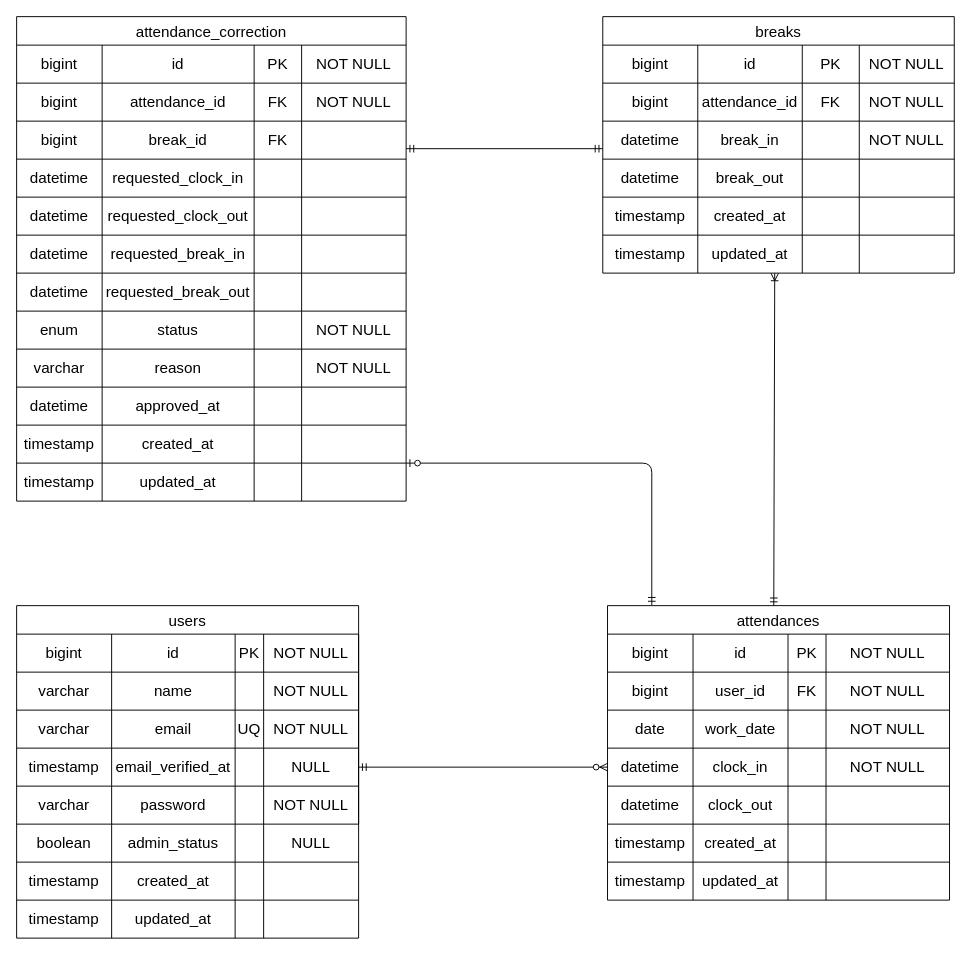
Above: docs/er.drawio in shinichi-ushioda/coachtech-timekeeper (draw.io), before the change. Source tidied: cells renumbered, new cells numbered last; positions are measured from the earlier drawing's top-left corner, leaving out a move shared by most shapes. Both pictures are drawn from the tidied source at 95%, with x=0, y=0 at pixel (16, 16).
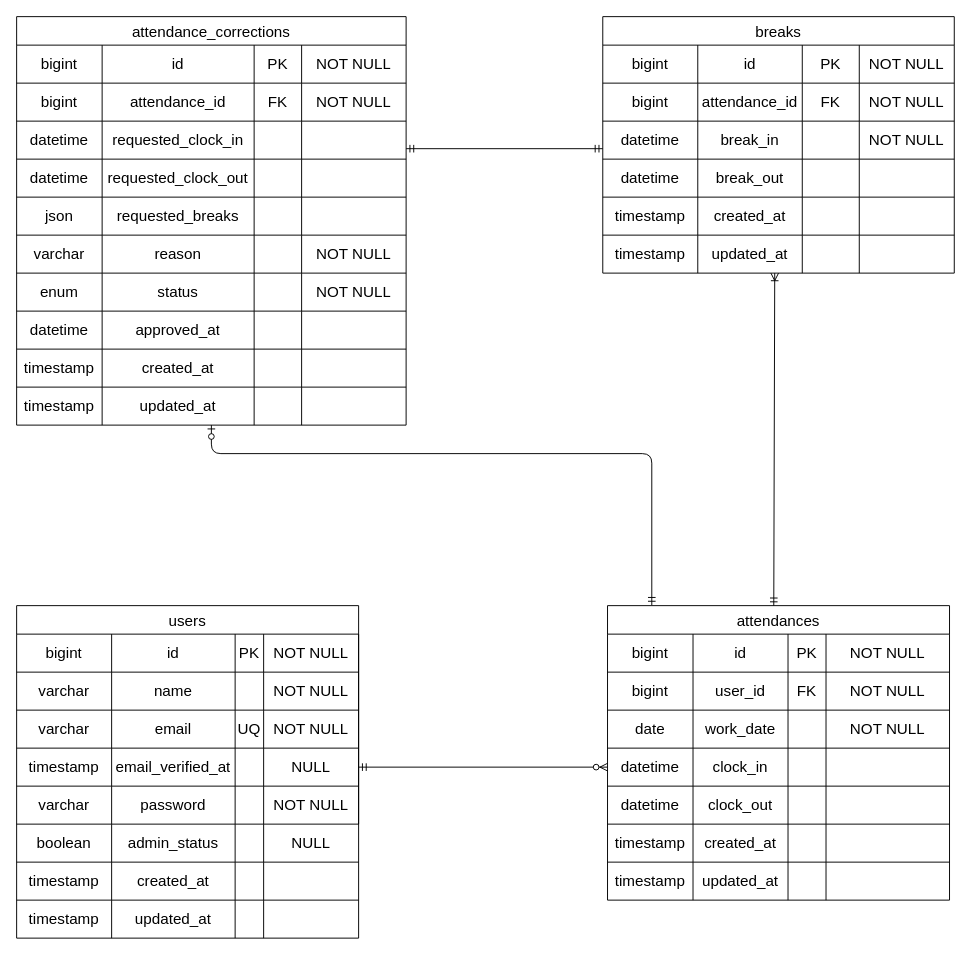
The same page after the edit.

The change refers to these unchanged cells:
```xml
<mxCell id="18" style="shape=tableRow;horizontal=0;startSize=0;swimlaneHead=0;swimlaneBody=0;strokeColor=inherit;top=0;left=0;bottom=0;right=0;fillColor=none;points=[[0,0.5],[1,0.5]];portConstraint=eastwest;fontSize=16;" parent="2" vertex="1">
  <mxGeometry y="150" width="360" height="40" as="geometry" />
</mxCell>
```

The edit, as a diff of the source:
```diff
@@
-    <mxCell id="22" value="&lt;span style=&quot;color: rgb(0, 0, 0);&quot;&gt;NOT NULL&lt;/span&gt;" style="shape=partialRectangle;html=1;whiteSpace=wrap;strokeColor=inherit;overflow=hidden;fillColor=none;top=0;left=0;bottom=0;right=0;fontSize=16;" parent="18" vertex="1">
+    <mxCell id="22" style="shape=partialRectangle;html=1;whiteSpace=wrap;strokeColor=inherit;overflow=hidden;fillColor=none;top=0;left=0;bottom=0;right=0;fontSize=16;" parent="18" vertex="1">
       <mxGeometry x="230" width="130" height="40" as="geometry" />
     </mxCell>
@@
-    <mxCell id="38" value="attendance_correction" style="shape=table;startSize=30;childLayout=tableLayout;strokeColor=default;fontSize=16;" parent="1" vertex="1">
-      <mxGeometry width="410" height="510" as="geometry" />
+    <mxCell id="38" value="attendance_corrections" style="shape=table;startSize=30;childLayout=tableLayout;strokeColor=default;fontSize=16;" parent="1" vertex="1">
+      <mxGeometry width="410" height="430" as="geometry" />
     </mxCell>
@@
-    <mxCell id="49" style="shape=tableRow;horizontal=0;startSize=0;swimlaneHead=0;swimlaneBody=0;strokeColor=inherit;top=0;left=0;bottom=0;right=0;fillColor=none;fontSize=16;" parent="38" vertex="1">
-      <mxGeometry y="110" width="410" height="40" as="geometry" />
-    </mxCell>
-    <mxCell id="50" value="&lt;span style=&quot;color: rgb(0, 0, 0);&quot;&gt;bigint&lt;/span&gt;" style="shape=partialRectangle;html=1;whiteSpace=wrap;strokeColor=inherit;overflow=hidden;fillColor=none;top=0;left=0;bottom=0;right=0;fontSize=16;" parent="49" vertex="1">
-      <mxGeometry width="90" height="40" as="geometry" />
-    </mxCell>
-    <mxCell id="51" value="break_id" style="shape=partialRectangle;html=1;whiteSpace=wrap;strokeColor=inherit;overflow=hidden;fillColor=none;top=0;left=0;bottom=0;right=0;fontSize=16;" parent="49" vertex="1">
-      <mxGeometry x="90" width="160" height="40" as="geometry" />
-    </mxCell>
-    <mxCell id="52" value="FK" style="shape=partialRectangle;html=1;whiteSpace=wrap;strokeColor=inherit;overflow=hidden;fillColor=none;top=0;left=0;bottom=0;right=0;fontSize=16;" parent="49" vertex="1">
-      <mxGeometry x="250" width="50" height="40" as="geometry" />
-    </mxCell>
-    <mxCell id="53" style="shape=partialRectangle;html=1;whiteSpace=wrap;strokeColor=inherit;overflow=hidden;fillColor=none;top=0;left=0;bottom=0;right=0;fontSize=16;" parent="49" vertex="1">
-      <mxGeometry x="300" width="110" height="40" as="geometry" />
-    </mxCell>
     <mxCell id="54" style="shape=tableRow;horizontal=0;startSize=0;swimlaneHead=0;swimlaneBody=0;strokeColor=inherit;top=0;left=0;bottom=0;right=0;fillColor=none;fontSize=16;" parent="38" vertex="1">
-      <mxGeometry y="150" width="410" height="40" as="geometry" />
+      <mxGeometry y="110" width="410" height="40" as="geometry" />
     </mxCell>
@@
     <mxCell id="59" style="shape=tableRow;horizontal=0;startSize=0;swimlaneHead=0;swimlaneBody=0;strokeColor=inherit;top=0;left=0;bottom=0;right=0;fillColor=none;fontSize=16;" parent="38" vertex="1">
-      <mxGeometry y="190" width="410" height="40" as="geometry" />
+      <mxGeometry y="150" width="410" height="40" as="geometry" />
     </mxCell>
@@
     <mxCell id="64" style="shape=tableRow;horizontal=0;startSize=0;swimlaneHead=0;swimlaneBody=0;strokeColor=inherit;top=0;left=0;bottom=0;right=0;fillColor=none;fontSize=16;" parent="38" vertex="1">
-      <mxGeometry y="230" width="410" height="40" as="geometry" />
+      <mxGeometry y="190" width="410" height="40" as="geometry" />
     </mxCell>
-    <mxCell id="65" value="&lt;span style=&quot;color: rgb(0, 0, 0);&quot;&gt;datetime&lt;/span&gt;" style="shape=partialRectangle;html=1;whiteSpace=wrap;strokeColor=inherit;overflow=hidden;fillColor=none;top=0;left=0;bottom=0;right=0;fontSize=16;" parent="64" vertex="1">
+    <mxCell id="65" value="json" style="shape=partialRectangle;html=1;whiteSpace=wrap;strokeColor=inherit;overflow=hidden;fillColor=none;top=0;left=0;bottom=0;right=0;fontSize=16;" parent="64" vertex="1">
       <mxGeometry width="90" height="40" as="geometry" />
     </mxCell>
-    <mxCell id="66" value="&lt;span style=&quot;color: rgb(0, 0, 0);&quot;&gt;requested_break_in&lt;/span&gt;" style="shape=partialRectangle;html=1;whiteSpace=wrap;strokeColor=inherit;overflow=hidden;fillColor=none;top=0;left=0;bottom=0;right=0;fontSize=16;" parent="64" vertex="1">
+    <mxCell id="66" value="&lt;span style=&quot;color: rgb(0, 0, 0);&quot;&gt;requested_breaks&lt;/span&gt;" style="shape=partialRectangle;html=1;whiteSpace=wrap;strokeColor=inherit;overflow=hidden;fillColor=none;top=0;left=0;bottom=0;right=0;fontSize=16;" parent="64" vertex="1">
       <mxGeometry x="90" width="160" height="40" as="geometry" />
     </mxCell>
@@
-    <mxCell id="69" style="shape=tableRow;horizontal=0;startSize=0;swimlaneHead=0;swimlaneBody=0;strokeColor=inherit;top=0;left=0;bottom=0;right=0;fillColor=none;fontSize=16;" parent="38" vertex="1">
-      <mxGeometry y="270" width="410" height="40" as="geometry" />
-    </mxCell>
-    <mxCell id="70" value="&lt;span style=&quot;color: rgb(0, 0, 0);&quot;&gt;datetime&lt;/span&gt;" style="shape=partialRectangle;html=1;whiteSpace=wrap;strokeColor=inherit;overflow=hidden;fillColor=none;top=0;left=0;bottom=0;right=0;fontSize=16;" parent="69" vertex="1">
-      <mxGeometry width="90" height="40" as="geometry" />
-    </mxCell>
-    <mxCell id="71" value="&lt;span style=&quot;color: rgb(0, 0, 0);&quot;&gt;requested_break_out&lt;/span&gt;" style="shape=partialRectangle;html=1;whiteSpace=wrap;strokeColor=inherit;overflow=hidden;fillColor=none;top=0;left=0;bottom=0;right=0;fontSize=16;" parent="69" vertex="1">
-      <mxGeometry x="90" width="160" height="40" as="geometry" />
-    </mxCell>
-    <mxCell id="72" style="shape=partialRectangle;html=1;whiteSpace=wrap;strokeColor=inherit;overflow=hidden;fillColor=none;top=0;left=0;bottom=0;right=0;fontSize=16;" parent="69" vertex="1">
-      <mxGeometry x="250" width="50" height="40" as="geometry" />
-    </mxCell>
-    <mxCell id="73" style="shape=partialRectangle;html=1;whiteSpace=wrap;strokeColor=inherit;overflow=hidden;fillColor=none;top=0;left=0;bottom=0;right=0;fontSize=16;" parent="69" vertex="1">
-      <mxGeometry x="300" width="110" height="40" as="geometry" />
-    </mxCell>
     <mxCell id="74" style="shape=tableRow;horizontal=0;startSize=0;swimlaneHead=0;swimlaneBody=0;strokeColor=inherit;top=0;left=0;bottom=0;right=0;fillColor=none;fontSize=16;" parent="38" vertex="1">
-      <mxGeometry y="310" width="410" height="40" as="geometry" />
+      <mxGeometry y="230" width="410" height="40" as="geometry" />
     </mxCell>
-    <mxCell id="75" value="&lt;span style=&quot;color: rgb(0, 0, 0);&quot;&gt;enum&lt;/span&gt;" style="shape=partialRectangle;html=1;whiteSpace=wrap;strokeColor=inherit;overflow=hidden;fillColor=none;top=0;left=0;bottom=0;right=0;fontSize=16;" parent="74" vertex="1">
+    <mxCell id="75" value="&lt;span style=&quot;color: rgb(0, 0, 0);&quot;&gt;varchar&lt;/span&gt;" style="shape=partialRectangle;html=1;whiteSpace=wrap;strokeColor=inherit;overflow=hidden;fillColor=none;top=0;left=0;bottom=0;right=0;fontSize=16;" parent="74" vertex="1">
       <mxGeometry width="90" height="40" as="geometry" />
     </mxCell>
-    <mxCell id="76" value="&lt;span style=&quot;color: rgb(0, 0, 0);&quot;&gt;status&lt;/span&gt;" style="shape=partialRectangle;html=1;whiteSpace=wrap;strokeColor=inherit;overflow=hidden;fillColor=none;top=0;left=0;bottom=0;right=0;fontSize=16;" parent="74" vertex="1">
+    <mxCell id="76" value="&lt;span style=&quot;color: rgb(0, 0, 0);&quot;&gt;reason&lt;/span&gt;" style="shape=partialRectangle;html=1;whiteSpace=wrap;strokeColor=inherit;overflow=hidden;fillColor=none;top=0;left=0;bottom=0;right=0;fontSize=16;" parent="74" vertex="1">
       <mxGeometry x="90" width="160" height="40" as="geometry" />
     </mxCell>
@@
     <mxCell id="79" style="shape=tableRow;horizontal=0;startSize=0;swimlaneHead=0;swimlaneBody=0;strokeColor=inherit;top=0;left=0;bottom=0;right=0;fillColor=none;fontSize=16;" parent="38" vertex="1">
-      <mxGeometry y="350" width="410" height="40" as="geometry" />
+      <mxGeometry y="270" width="410" height="40" as="geometry" />
     </mxCell>
-    <mxCell id="80" value="&lt;span style=&quot;color: rgb(0, 0, 0);&quot;&gt;varchar&lt;/span&gt;" style="shape=partialRectangle;html=1;whiteSpace=wrap;strokeColor=inherit;overflow=hidden;fillColor=none;top=0;left=0;bottom=0;right=0;fontSize=16;" parent="79" vertex="1">
+    <mxCell id="80" value="&lt;span style=&quot;color: rgb(0, 0, 0);&quot;&gt;enum&lt;/span&gt;" style="shape=partialRectangle;html=1;whiteSpace=wrap;strokeColor=inherit;overflow=hidden;fillColor=none;top=0;left=0;bottom=0;right=0;fontSize=16;" parent="79" vertex="1">
       <mxGeometry width="90" height="40" as="geometry" />
     </mxCell>
-    <mxCell id="81" value="&lt;span style=&quot;color: rgb(0, 0, 0);&quot;&gt;reason&lt;/span&gt;" style="shape=partialRectangle;html=1;whiteSpace=wrap;strokeColor=inherit;overflow=hidden;fillColor=none;top=0;left=0;bottom=0;right=0;fontSize=16;" parent="79" vertex="1">
+    <mxCell id="81" value="status" style="shape=partialRectangle;html=1;whiteSpace=wrap;strokeColor=inherit;overflow=hidden;fillColor=none;top=0;left=0;bottom=0;right=0;fontSize=16;" parent="79" vertex="1">
       <mxGeometry x="90" width="160" height="40" as="geometry" />
     </mxCell>
@@
     <mxCell id="84" style="shape=tableRow;horizontal=0;startSize=0;swimlaneHead=0;swimlaneBody=0;strokeColor=inherit;top=0;left=0;bottom=0;right=0;fillColor=none;fontSize=16;" parent="38" vertex="1">
-      <mxGeometry y="390" width="410" height="40" as="geometry" />
+      <mxGeometry y="310" width="410" height="40" as="geometry" />
     </mxCell>
@@
     <mxCell id="89" style="shape=tableRow;horizontal=0;startSize=0;swimlaneHead=0;swimlaneBody=0;strokeColor=inherit;top=0;left=0;bottom=0;right=0;fillColor=none;fontSize=16;" parent="38" vertex="1">
-      <mxGeometry y="430" width="410" height="40" as="geometry" />
+      <mxGeometry y="350" width="410" height="40" as="geometry" />
     </mxCell>
@@
     <mxCell id="94" style="shape=tableRow;horizontal=0;startSize=0;swimlaneHead=0;swimlaneBody=0;strokeColor=inherit;top=0;left=0;bottom=0;right=0;fillColor=none;points=[[0,0.5],[1,0.5]];portConstraint=eastwest;fontSize=16;" parent="38" vertex="1">
-      <mxGeometry y="470" width="410" height="40" as="geometry" />
+      <mxGeometry y="390" width="410" height="40" as="geometry" />
     </mxCell>
@@
     <mxCell id="174" style="fontSize=12;html=1;endArrow=ERzeroToOne;startArrow=ERmandOne;exitX=0.053;exitY=1.056;exitDx=0;exitDy=0;exitPerimeter=0;edgeStyle=orthogonalEdgeStyle;" parent="1" edge="1" target="94">
       <mxGeometry relative="1" as="geometry">
         <mxPoint x="668.6" y="619.4" as="sourcePoint" />
         <Array as="points">
-          <mxPoint x="669" y="470" />
+          <mxPoint x="669" y="460" />
         </Array>
       </mxGeometry>
     </mxCell>
```
